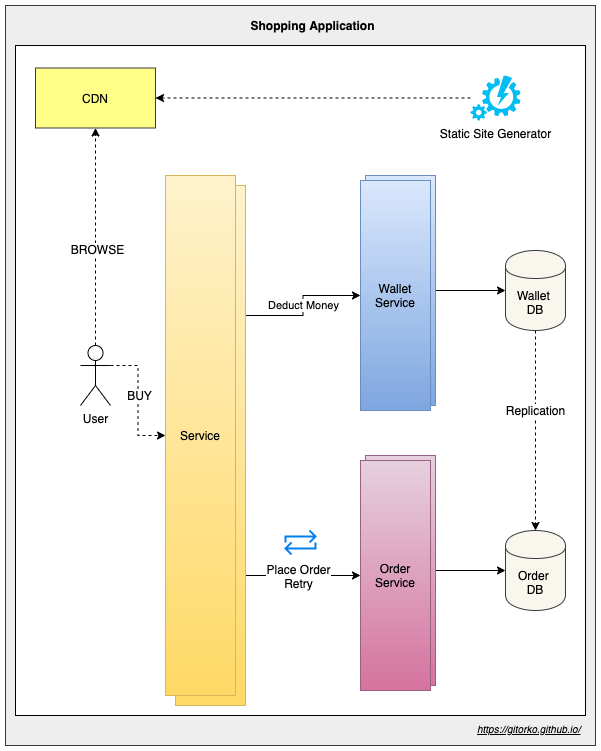
Before: content/post/grokking-the-system-design-interview/shopping-application.png, a diagram exported from draw.io (gitorko/gitorko.github.io). Source tidied: cells renumbered, new cells last; positions are measured from the earlier drawing's top-left corner, leaving out a move shared by most shapes.
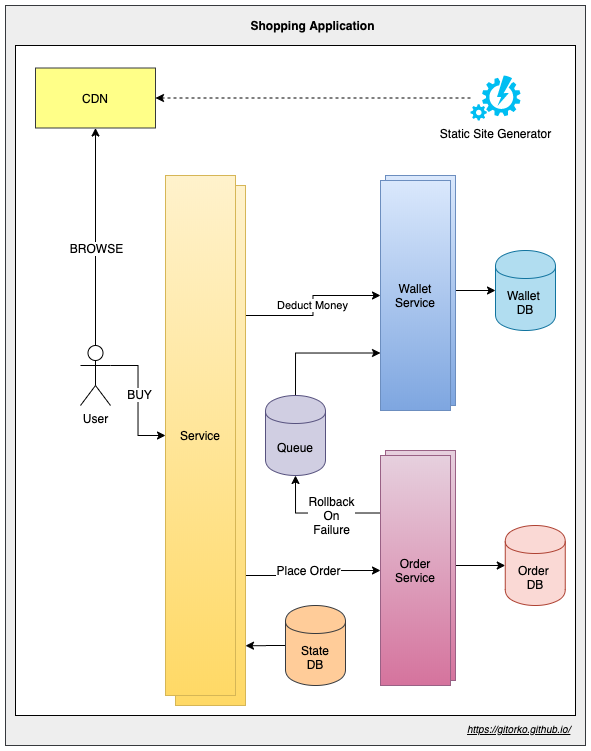
The same file after the commit.

Change to the diagram source:
```diff
@@ -3,18 +3,18 @@
     <mxCell id="0" />
     <mxCell id="1" parent="0" />
     <mxCell id="2" style="rounded=0;whiteSpace=wrap;html=1;fillColor=#eeeeee;strokeColor=#36393d;" parent="1" vertex="1">
-      <mxGeometry width="590" height="740" as="geometry" />
+      <mxGeometry width="580" height="740" as="geometry" />
     </mxCell>
     <mxCell id="3" style="rounded=0;whiteSpace=wrap;html=1;" parent="1" vertex="1">
-      <mxGeometry x="10" y="40" width="570" height="670" as="geometry" />
+      <mxGeometry x="10" y="40" width="560" height="670" as="geometry" />
     </mxCell>
-    <mxCell id="4" style="edgeStyle=orthogonalEdgeStyle;rounded=0;jettySize=auto;html=1;dashed=1;" parent="1" edge="1" source="8" target="28">
+    <mxCell id="4" style="edgeStyle=orthogonalEdgeStyle;rounded=0;jettySize=auto;html=1;" parent="1" edge="1" source="8" target="28">
       <mxGeometry relative="1" as="geometry" />
     </mxCell>
     <mxCell id="5" value="BROWSE" style="text;html=1;align=center;verticalAlign=middle;labelBackgroundColor=#ffffff;" parent="4" vertex="1">
       <mxGeometry x="-0.11" y="-1" relative="1" as="geometry" />
     </mxCell>
-    <mxCell id="6" style="edgeStyle=orthogonalEdgeStyle;rounded=0;jettySize=auto;html=1;exitX=1;exitY=0.3333333333333333;exitDx=0;exitDy=0;exitPerimeter=0;entryX=0;entryY=0.5;entryDx=0;entryDy=0;dashed=1;" parent="1" edge="1" source="8" target="15">
+    <mxCell id="6" style="edgeStyle=orthogonalEdgeStyle;rounded=0;jettySize=auto;html=1;exitX=1;exitY=0.3333333333333333;exitDx=0;exitDy=0;exitPerimeter=0;entryX=0;entryY=0.5;entryDx=0;entryDy=0;" parent="1" edge="1" source="8" target="15">
       <mxGeometry relative="1" as="geometry" />
     </mxCell>
     <mxCell id="7" value="BUY" style="text;html=1;align=center;verticalAlign=middle;labelBackgroundColor=#ffffff;" parent="6" vertex="1">
@@ -26,7 +26,7 @@
     <mxCell id="9" style="edgeStyle=orthogonalEdgeStyle;rounded=0;jettySize=auto;html=1;exitX=1;exitY=0.75;exitDx=0;exitDy=0;entryX=0;entryY=0.5;entryDx=0;entryDy=0;" parent="1" edge="1" source="12" target="25">
       <mxGeometry relative="1" as="geometry" />
     </mxCell>
-    <mxCell id="10" value="Place Order&lt;br&gt;Retry" style="text;html=1;align=center;verticalAlign=middle;labelBackgroundColor=#ffffff;" parent="9" vertex="1">
+    <mxCell id="10" value="Place Order" style="text;html=1;align=center;verticalAlign=middle;labelBackgroundColor=#ffffff;" parent="9" vertex="1">
       <mxGeometry x="0.2" y="-1" relative="1" as="geometry">
         <mxPoint x="-17" y="-1" as="offset" />
       </mxGeometry>
@@ -41,7 +41,7 @@
       <mxGeometry x="230" y="10" width="155" height="20" as="geometry" />
     </mxCell>
     <mxCell id="14" value="&lt;i&gt;&lt;u&gt;&lt;font style=&quot;font-size: 10px&quot;&gt;https://gitorko.github.io/&lt;/font&gt;&lt;/u&gt;&lt;/i&gt;" style="text;html=1;" parent="1" vertex="1">
-      <mxGeometry x="470" y="710" width="110" height="30" as="geometry" />
+      <mxGeometry x="460" y="710" width="110" height="30" as="geometry" />
     </mxCell>
     <mxCell id="15" value="Service" style="rounded=0;whiteSpace=wrap;html=1;gradientColor=#ffd966;fillColor=#fff2cc;strokeColor=#d6b656;" parent="1" vertex="1">
       <mxGeometry x="160" y="170" width="70" height="520" as="geometry" />
@@ -50,31 +50,31 @@
       <mxGeometry relative="1" as="geometry" />
     </mxCell>
     <mxCell id="17" value="Wallet Service" style="rounded=0;whiteSpace=wrap;html=1;gradientColor=#7ea6e0;fillColor=#dae8fc;strokeColor=#6c8ebf;" parent="1" vertex="1">
-      <mxGeometry x="360" y="170" width="70" height="230" as="geometry" />
+      <mxGeometry x="380" y="170" width="70" height="230" as="geometry" />
     </mxCell>
     <mxCell id="18" style="edgeStyle=orthogonalEdgeStyle;rounded=0;jettySize=auto;html=1;" parent="1" edge="1" source="19" target="23">
       <mxGeometry relative="1" as="geometry" />
     </mxCell>
     <mxCell id="19" value="Order Service" style="rounded=0;whiteSpace=wrap;html=1;gradientColor=#d5739d;fillColor=#e6d0de;strokeColor=#996185;" parent="1" vertex="1">
-      <mxGeometry x="360" y="450" width="70" height="230" as="geometry" />
+      <mxGeometry x="380" y="445" width="70" height="230" as="geometry" />
     </mxCell>
-    <mxCell id="20" style="edgeStyle=orthogonalEdgeStyle;rounded=0;jettySize=auto;html=1;dashed=1;" parent="1" edge="1" source="22" target="23">
-      <mxGeometry relative="1" as="geometry" />
-    </mxCell>
-    <mxCell id="21" value="Replication" style="text;html=1;align=center;verticalAlign=middle;labelBackgroundColor=#ffffff;" parent="20" vertex="1">
-      <mxGeometry x="-0.21" y="-1" relative="1" as="geometry" />
-    </mxCell>
-    <mxCell id="22" value="Wallet &lt;br&gt;DB" style="shape=cylinder;whiteSpace=wrap;html=1;boundedLbl=1;backgroundOutline=1;fillColor=#f9f7ed;strokeColor=#36393d;" parent="1" vertex="1">
-      <mxGeometry x="500" y="245" width="60" height="80" as="geometry" />
+    <mxCell id="22" value="Wallet &lt;br&gt;DB" style="shape=cylinder;whiteSpace=wrap;html=1;boundedLbl=1;backgroundOutline=1;fillColor=#b1ddf0;strokeColor=#10739e;" parent="1" vertex="1">
+      <mxGeometry x="490" y="245" width="60" height="80" as="geometry" />
     </mxCell>
-    <mxCell id="23" value="Order&amp;nbsp;&lt;br&gt;DB" style="shape=cylinder;whiteSpace=wrap;html=1;boundedLbl=1;backgroundOutline=1;fillColor=#f9f7ed;strokeColor=#36393d;" parent="1" vertex="1">
-      <mxGeometry x="500" y="525" width="60" height="80" as="geometry" />
+    <mxCell id="23" value="Order&amp;nbsp;&lt;br&gt;DB" style="shape=cylinder;whiteSpace=wrap;html=1;boundedLbl=1;backgroundOutline=1;fillColor=#fad9d5;strokeColor=#ae4132;" parent="1" vertex="1">
+      <mxGeometry x="499.8" y="520" width="60" height="80" as="geometry" />
     </mxCell>
     <mxCell id="24" value="Wallet Service" style="rounded=0;whiteSpace=wrap;html=1;gradientColor=#7ea6e0;fillColor=#dae8fc;strokeColor=#6c8ebf;" parent="1" vertex="1">
-      <mxGeometry x="355" y="175" width="70" height="230" as="geometry" />
+      <mxGeometry x="375" y="175" width="70" height="230" as="geometry" />
     </mxCell>
+    <mxCell id="30" style="edgeStyle=orthogonalEdgeStyle;rounded=0;jettySize=auto;html=1;exitX=0;exitY=0.25;exitDx=0;exitDy=0;entryX=0.5;entryY=1;entryDx=0;entryDy=0;" parent="1" edge="1" source="25" target="33">
+      <mxGeometry relative="1" as="geometry" />
+    </mxCell>
+    <mxCell id="31" value="Rollback&lt;br&gt;On&lt;br&gt;Failure" style="text;html=1;align=center;verticalAlign=middle;labelBackgroundColor=#ffffff;" parent="30" vertex="1">
+      <mxGeometry x="-0.2" y="2" relative="1" as="geometry" />
+    </mxCell>
     <mxCell id="25" value="Order Service" style="rounded=0;whiteSpace=wrap;html=1;gradientColor=#d5739d;fillColor=#e6d0de;strokeColor=#996185;" parent="1" vertex="1">
-      <mxGeometry x="355" y="455" width="70" height="230" as="geometry" />
+      <mxGeometry x="375" y="450" width="70" height="230" as="geometry" />
     </mxCell>
     <mxCell id="26" style="edgeStyle=orthogonalEdgeStyle;rounded=0;jettySize=auto;html=1;entryX=1;entryY=0.5;entryDx=0;entryDy=0;dashed=1;" parent="1" edge="1" source="27" target="28">
       <mxGeometry relative="1" as="geometry" />
@@ -85,8 +85,17 @@
     <mxCell id="28" value="CDN" style="rounded=0;whiteSpace=wrap;html=1;fillColor=#ffff88;strokeColor=#36393d;" parent="1" vertex="1">
       <mxGeometry x="30" y="62.5" width="120" height="60" as="geometry" />
     </mxCell>
-    <mxCell id="29" style="html=1;verticalLabelPosition=bottom;align=center;labelBackgroundColor=#ffffff;verticalAlign=top;strokeWidth=2;strokeColor=#0080F0;shadow=0;dashed=0;shape=mxgraph.ios7.icons.repeat;" parent="1" vertex="1">
-      <mxGeometry x="280" y="525" width="30" height="24" as="geometry" />
-    </mxCell>
+    <mxCell id="32" style="edgeStyle=orthogonalEdgeStyle;rounded=0;jettySize=auto;html=1;exitX=0.5;exitY=0;exitDx=0;exitDy=0;entryX=0;entryY=0.75;entryDx=0;entryDy=0;" parent="1" edge="1" source="33" target="24">
+      <mxGeometry relative="1" as="geometry" />
+    </mxCell>
+    <mxCell id="33" value="Queue" style="shape=cylinder;whiteSpace=wrap;html=1;boundedLbl=1;backgroundOutline=1;fillColor=#d0cee2;strokeColor=#56517e;" parent="1" vertex="1">
+      <mxGeometry x="260" y="390" width="60" height="80" as="geometry" />
+    </mxCell>
+    <mxCell id="34" style="edgeStyle=orthogonalEdgeStyle;rounded=0;jettySize=auto;html=1;entryX=1;entryY=0.885;entryDx=0;entryDy=0;entryPerimeter=0;" parent="1" edge="1" source="35" target="12">
+      <mxGeometry relative="1" as="geometry" />
+    </mxCell>
+    <mxCell id="35" value="State&lt;br&gt;DB" style="shape=cylinder;whiteSpace=wrap;html=1;boundedLbl=1;backgroundOutline=1;fillColor=#ffcc99;strokeColor=#36393d;" parent="1" vertex="1">
+      <mxGeometry x="280" y="600" width="60" height="80" as="geometry" />
+    </mxCell>
   </root>
 </mxGraphModel>
```
